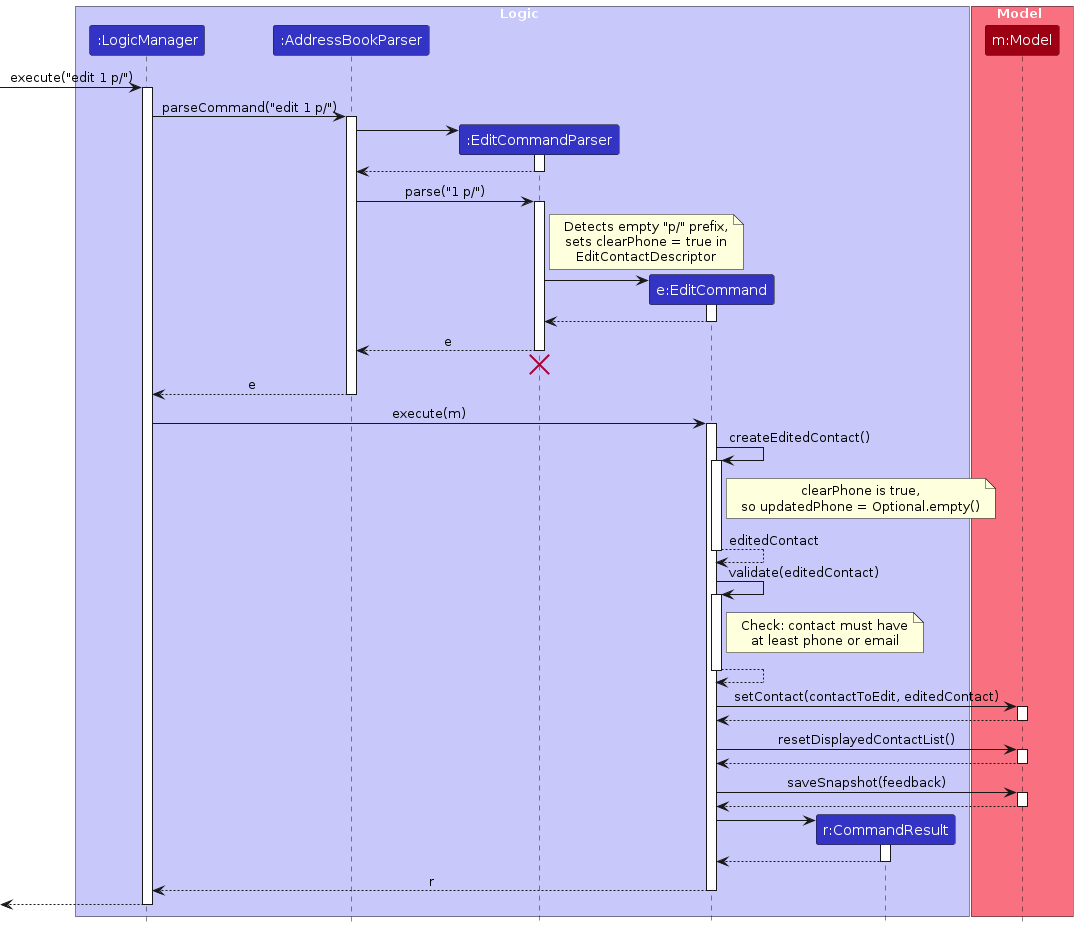
deltaMinor/tp keeps this PlantUML diagram as diagrams/EditSequenceDiagram.png. Above is the earlier version. Its source is kept beside it as diagrams/EditSequenceDiagram.puml.
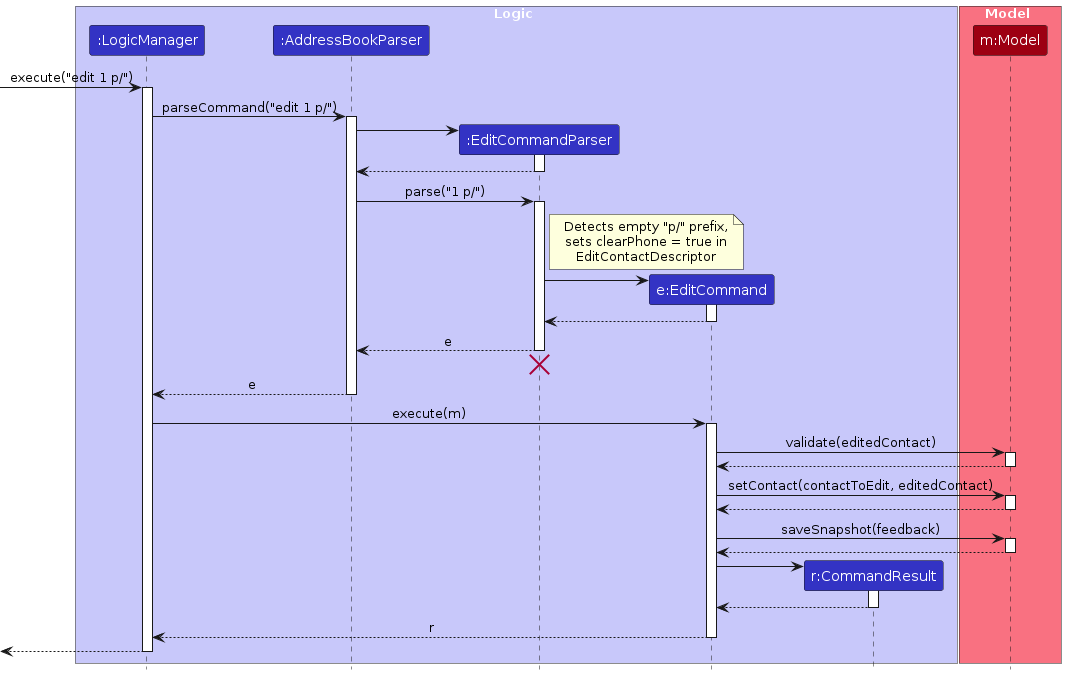
After the change.

The edit, as a diff of the source:
```diff
@@ -54,35 +54,13 @@
 LogicManager -> EditCommand : execute(m)
 activate EditCommand
 
-EditCommand -> EditCommand : createEditedContact()
-activate EditCommand
-
-note right of EditCommand
-  clearPhone is true,
-  so updatedPhone = Optional.empty()
-end note
-
-EditCommand --> EditCommand : editedContact
-deactivate EditCommand
-
-EditCommand -> EditCommand : validate(editedContact)
-activate EditCommand
-
-note right of EditCommand
-  Check: contact must have
-  at least phone or email
-end note
-
-EditCommand --> EditCommand
-deactivate EditCommand
-
-EditCommand -> Model : setContact(contactToEdit, editedContact)
+EditCommand -> Model : validate(editedContact)
 activate Model
 
 Model --> EditCommand
 deactivate Model
 
-EditCommand -> Model : resetDisplayedContactList()
+EditCommand -> Model : setContact(contactToEdit, editedContact)
 activate Model
 
 Model --> EditCommand
```
